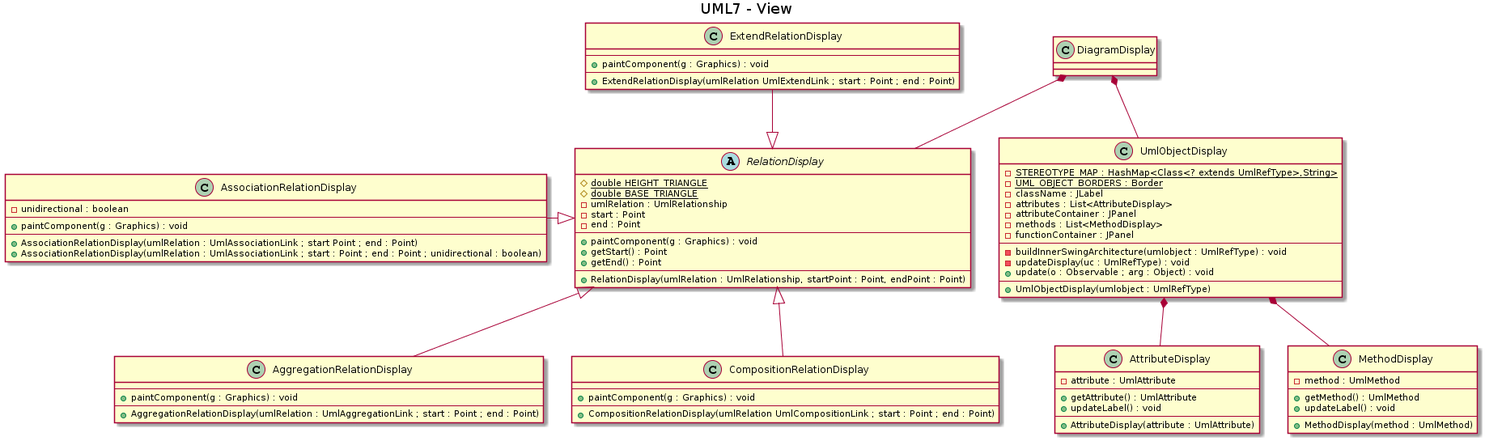
This is doc/UML/view.png from echodeltaFR/UML7, a PlantUML export, as it was before one commit.
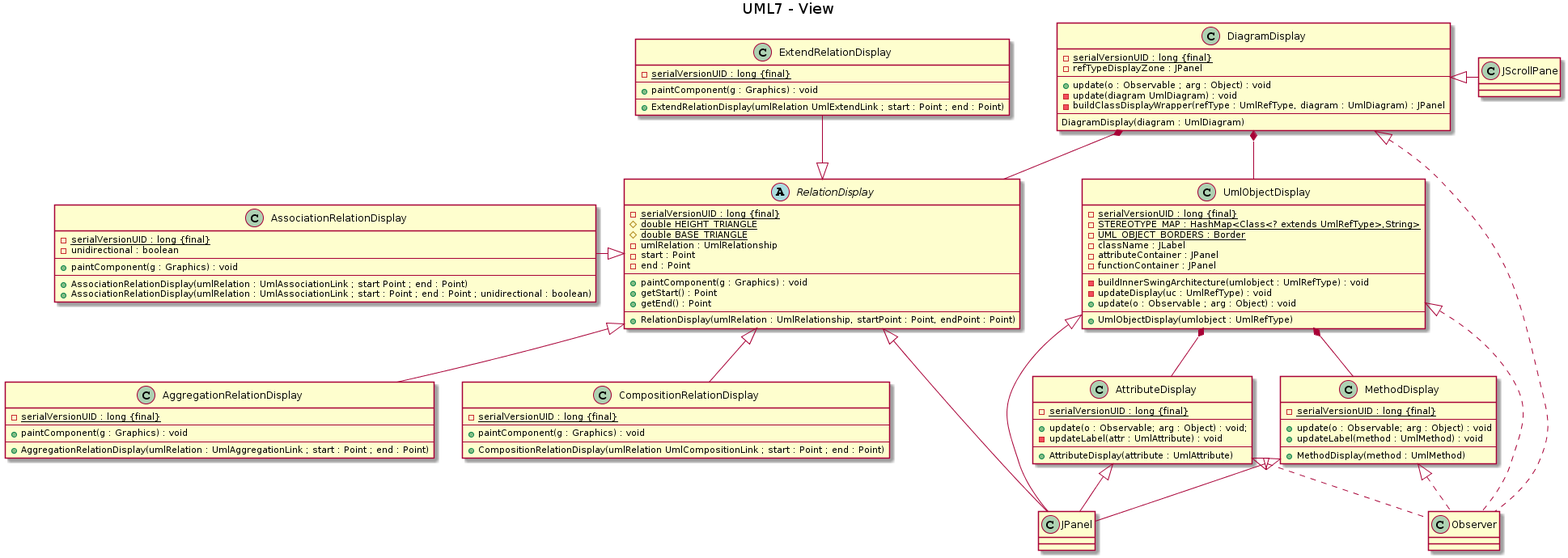
Above is the later version.

Commit message:
MAJ Diagrame vue

Change to the diagram source:
```diff
@@ -2,6 +2,7 @@
 title UML7 - View
 
 abstract RelationDisplay {
+    - serialVersionUID : long {final} {static}
     # {static} double HEIGHT_TRIANGLE
     # {static} double BASE_TRIANGLE
     - umlRelation : UmlRelationship
@@ -16,6 +17,7 @@
 }
 
 class AggregationRelationDisplay {
+    - serialVersionUID : long {final} {static}
     --
     + paintComponent(g : Graphics) : void
     --
@@ -23,6 +25,7 @@
 }
 
 class AssociationRelationDisplay {
+    - serialVersionUID : long {final} {static}
     - unidirectional : boolean
     --
     + paintComponent(g : Graphics) : void
@@ -32,6 +35,7 @@
 }
 
 class CompositionRelationDisplay {
+    - serialVersionUID : long {final} {static}
     --
     + paintComponent(g : Graphics) : void
     --
@@ -39,6 +43,7 @@
 }
 
 class ExtendRelationDisplay {
+    - serialVersionUID : long {final} {static}
     --
     + paintComponent(g : Graphics) : void
     --
@@ -46,30 +51,29 @@
 }
 
 class AttributeDisplay {
-    - attribute : UmlAttribute
+    - serialVersionUID : long {final} {static}
     --
-    + getAttribute() : UmlAttribute
-    + updateLabel() : void
+    + update(o : Observable; arg : Object) : void;
+    - updateLabel(attr : UmlAttribute) : void
     --
     + AttributeDisplay(attribute : UmlAttribute)
 }
 
 class MethodDisplay {
-    - method : UmlMethod
+    - serialVersionUID : long {final} {static}
     --
-    + getMethod() : UmlMethod
-    + updateLabel() : void
+    + update(o : Observable; arg : Object) : void
+    + updateLabel(method : UmlMethod) : void
     --
     + MethodDisplay(method : UmlMethod)
 }
 
 class UmlObjectDisplay {
+    - serialVersionUID : long {final} {static}
     - {static} STEREOTYPE_MAP : HashMap<Class<? extends UmlRefType>,String>
     - {static} UML_OBJECT_BORDERS : Border
     - className : JLabel
-    - attributes : List<AttributeDisplay>
     - attributeContainer : JPanel
-    - methods : List<MethodDisplay>
     - functionContainer : JPanel
     --
     - buildInnerSwingArchitecture(umlobject : UmlRefType) : void
@@ -79,7 +83,16 @@
     + UmlObjectDisplay(umlobject : UmlRefType)
 }
 
-class DiagramDisplay
+class DiagramDisplay {
+    - serialVersionUID : long {final} {static}
+    - refTypeDisplayZone : JPanel
+    --
+    + update(o : Observable ; arg : Object) : void
+    - update(diagram UmlDiagram) : void
+    - buildClassDisplayWrapper(refType : UmlRefType, diagram : UmlDiagram) : JPanel
+    --
+    DiagramDisplay(diagram : UmlDiagram)
+}
 
 RelationDisplay <|-- CompositionRelationDisplay
 RelationDisplay <|-left- AssociationRelationDisplay
@@ -89,4 +102,15 @@
 DiagramDisplay *-- UmlObjectDisplay
 UmlObjectDisplay *-- MethodDisplay
 UmlObjectDisplay *-- AttributeDisplay
+
+AttributeDisplay <|.down. Observer
+MethodDisplay <|.down. Observer
+UmlObjectDisplay <|.down. Observer
+DiagramDisplay <|.down. Observer
+AttributeDisplay <|-down- JPanel
+MethodDisplay <|-down- JPanel
+UmlObjectDisplay <|-down- JPanel
+RelationDisplay <|-down- JPanel
+
+DiagramDisplay <|-right- JScrollPane
 @enduml
```
